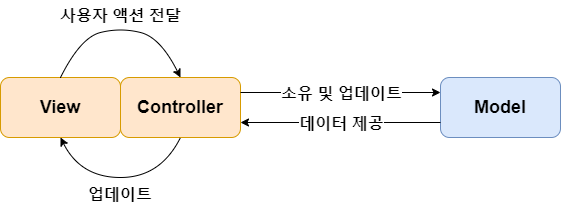
This is Document/Images/mvc.png from ehddnr3473/WeatherApplication, a draw.io export, as it was before one commit. Source tidied: cells renumbered, new cells last; positions are measured from the earlier drawing's top-left corner, leaving out a move shared by most shapes.
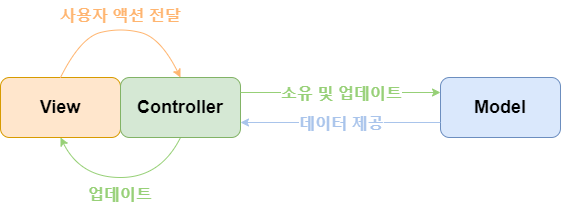
The same file after the commit.

Commit message:
mvc 이미지 수정

What changed in the source:
```diff
@@ -5,13 +5,13 @@
     <mxCell id="2" value="&lt;b&gt;&lt;font style=&quot;font-size: 18px;&quot;&gt;View&lt;/font&gt;&lt;/b&gt;" style="rounded=1;whiteSpace=wrap;html=1;fillColor=#ffe6cc;strokeColor=#d79b00;" parent="1" vertex="1">
       <mxGeometry y="77" width="120" height="60" as="geometry" />
     </mxCell>
-    <mxCell id="3" value="&lt;b&gt;&lt;font style=&quot;font-size: 18px;&quot;&gt;Controller&lt;/font&gt;&lt;/b&gt;" style="rounded=1;whiteSpace=wrap;html=1;fillColor=#ffe6cc;strokeColor=#d79b00;" parent="1" vertex="1">
+    <mxCell id="3" value="&lt;b&gt;&lt;font style=&quot;font-size: 18px;&quot;&gt;Controller&lt;/font&gt;&lt;/b&gt;" style="rounded=1;whiteSpace=wrap;html=1;fillColor=#d5e8d4;strokeColor=#82b366;" parent="1" vertex="1">
       <mxGeometry x="120" y="77" width="120" height="60" as="geometry" />
     </mxCell>
     <mxCell id="4" value="&lt;b&gt;&lt;font style=&quot;font-size: 18px;&quot;&gt;Model&lt;/font&gt;&lt;/b&gt;" style="rounded=1;whiteSpace=wrap;html=1;fillColor=#dae8fc;strokeColor=#6c8ebf;" parent="1" vertex="1">
       <mxGeometry x="440" y="77" width="120" height="60" as="geometry" />
     </mxCell>
-    <mxCell id="5" style="curved=1;endArrow=classic;html=1;rounded=0;entryX=0.5;entryY=0;entryDx=0;entryDy=0;exitX=0.5;exitY=0;exitDx=0;exitDy=0;" parent="1" edge="1" source="2" target="3">
+    <mxCell id="5" style="curved=1;endArrow=classic;html=1;rounded=0;entryX=0.5;entryY=0;entryDx=0;entryDy=0;exitX=0.5;exitY=0;exitDx=0;exitDy=0;strokeColor=#FFB570;" parent="1" edge="1" source="2" target="3">
       <mxGeometry x="0.41" y="92" relative="1" as="geometry">
         <Array as="points">
           <mxPoint x="80" y="37" />
@@ -21,7 +21,7 @@
         <mxPoint x="-59" y="22" as="offset" />
       </mxGeometry>
     </mxCell>
-    <mxCell id="6" style="endArrow=classic;html=1;exitX=0.5;exitY=1;exitDx=0;exitDy=0;curved=1;entryX=0.5;entryY=1;entryDx=0;entryDy=0;" parent="1" edge="1" source="3" target="2">
+    <mxCell id="6" style="endArrow=classic;html=1;exitX=0.5;exitY=1;exitDx=0;exitDy=0;curved=1;entryX=0.5;entryY=1;entryDx=0;entryDy=0;strokeColor=#97D077;" parent="1" edge="1" source="3" target="2">
       <mxGeometry relative="1" as="geometry">
         <Array as="points">
           <mxPoint x="160" y="177" />
@@ -29,22 +29,22 @@
         </Array>
       </mxGeometry>
     </mxCell>
-    <mxCell id="7" value="&lt;b&gt;&lt;font style=&quot;font-size: 16px;&quot;&gt;사용자 액션 전달&lt;/font&gt;&lt;/b&gt;" style="text;html=1;strokeColor=none;fillColor=none;align=center;verticalAlign=middle;whiteSpace=wrap;rounded=0;" parent="1" vertex="1">
+    <mxCell id="7" value="&lt;b&gt;&lt;font color=&quot;#ffb570&quot; style=&quot;font-size: 16px;&quot;&gt;사용자 액션 전달&lt;/font&gt;&lt;/b&gt;" style="text;html=1;strokeColor=none;fillColor=none;align=center;verticalAlign=middle;whiteSpace=wrap;rounded=0;" parent="1" vertex="1">
       <mxGeometry x="57.5" width="125" height="30" as="geometry" />
     </mxCell>
-    <mxCell id="8" value="&lt;b&gt;&lt;font style=&quot;font-size: 16px;&quot;&gt;업데이트&lt;/font&gt;&lt;/b&gt;" style="text;html=1;strokeColor=none;fillColor=none;align=center;verticalAlign=middle;whiteSpace=wrap;rounded=0;" parent="1" vertex="1">
+    <mxCell id="8" value="&lt;b&gt;&lt;font color=&quot;#97d077&quot; style=&quot;font-size: 16px;&quot;&gt;업데이트&lt;/font&gt;&lt;/b&gt;" style="text;html=1;strokeColor=none;fillColor=none;align=center;verticalAlign=middle;whiteSpace=wrap;rounded=0;" parent="1" vertex="1">
       <mxGeometry x="75" y="179" width="90" height="30" as="geometry" />
     </mxCell>
-    <mxCell id="9" style="endArrow=classic;html=1;curved=1;entryX=0;entryY=0.25;entryDx=0;entryDy=0;exitX=1;exitY=0.25;exitDx=0;exitDy=0;" parent="1" edge="1" source="3" target="4">
+    <mxCell id="9" style="endArrow=classic;html=1;curved=1;entryX=0;entryY=0.25;entryDx=0;entryDy=0;exitX=1;exitY=0.25;exitDx=0;exitDy=0;strokeColor=#97D077;" parent="1" edge="1" source="3" target="4">
       <mxGeometry relative="1" as="geometry" />
     </mxCell>
-    <mxCell id="10" value="소유 및 업데이트" style="edgeLabel;html=1;align=center;verticalAlign=middle;fontStyle=1;fontSize=16;" parent="9" vertex="1">
+    <mxCell id="10" value="&lt;font color=&quot;#97d077&quot;&gt;소유 및 업데이트&lt;/font&gt;" style="edgeLabel;html=1;align=center;verticalAlign=middle;fontStyle=1;fontSize=16;" parent="9" vertex="1">
       <mxGeometry relative="1" as="geometry" />
     </mxCell>
-    <mxCell id="11" style="endArrow=classic;html=1;curved=1;entryX=1;entryY=0.75;entryDx=0;entryDy=0;exitX=0;exitY=0.75;exitDx=0;exitDy=0;" parent="1" edge="1" source="4" target="3">
+    <mxCell id="11" style="endArrow=classic;html=1;curved=1;entryX=1;entryY=0.75;entryDx=0;entryDy=0;exitX=0;exitY=0.75;exitDx=0;exitDy=0;strokeColor=#A9C4EB;" parent="1" edge="1" source="4" target="3">
       <mxGeometry relative="1" as="geometry" />
     </mxCell>
-    <mxCell id="12" value="데이터 제공" style="edgeLabel;html=1;align=center;verticalAlign=middle;fontStyle=1;fontSize=16;" parent="11" vertex="1">
+    <mxCell id="12" value="&lt;font color=&quot;#a9c4eb&quot;&gt;데이터 제공&lt;/font&gt;" style="edgeLabel;html=1;align=center;verticalAlign=middle;fontStyle=1;fontSize=16;" parent="11" vertex="1">
       <mxGeometry relative="1" as="geometry" />
     </mxCell>
   </root>
```
